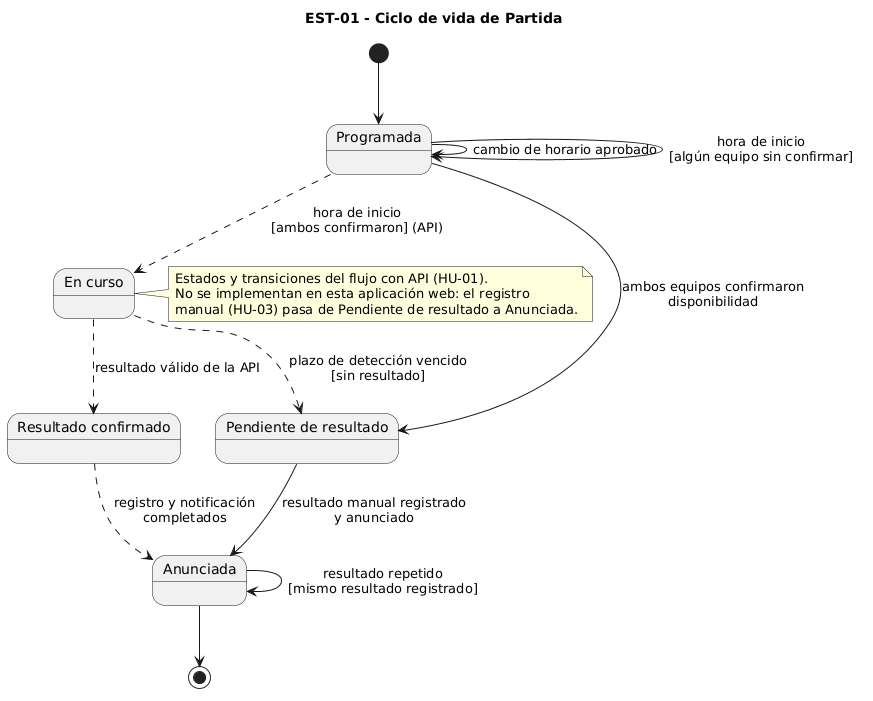
Above: diagramas/est-01.png in E-SportsFocus/Organizacion_de_torneos (PlantUML), before the change.
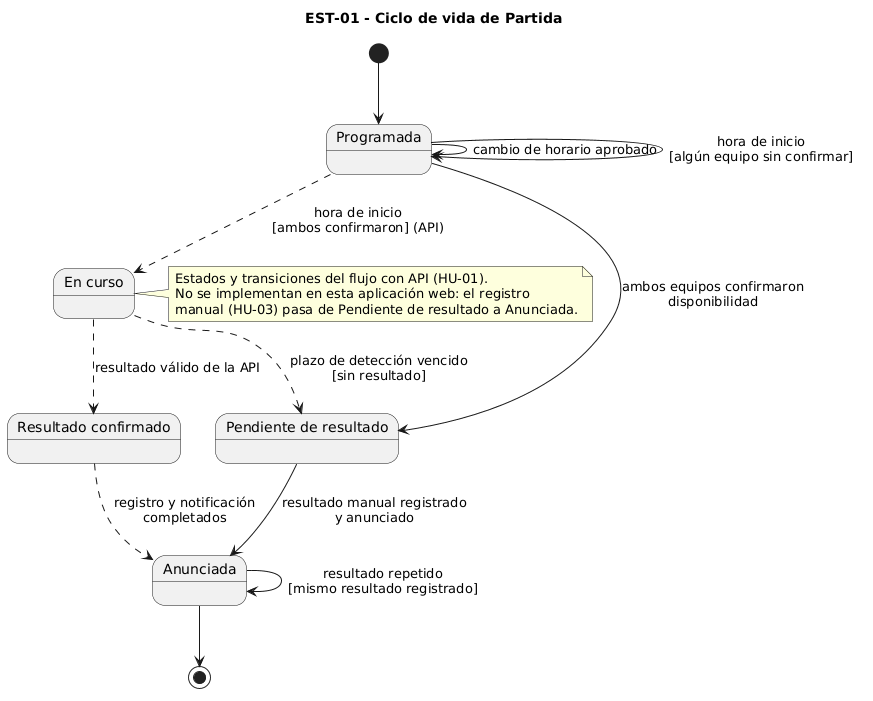
The same file after the commit.

The edit, as a diff of the source:
```diff
@@ -1,4 +1,4 @@
-@startuml est-01
+@startuml
 title EST-01 - Ciclo de vida de Partida
 
 [*] --> Programada
```
